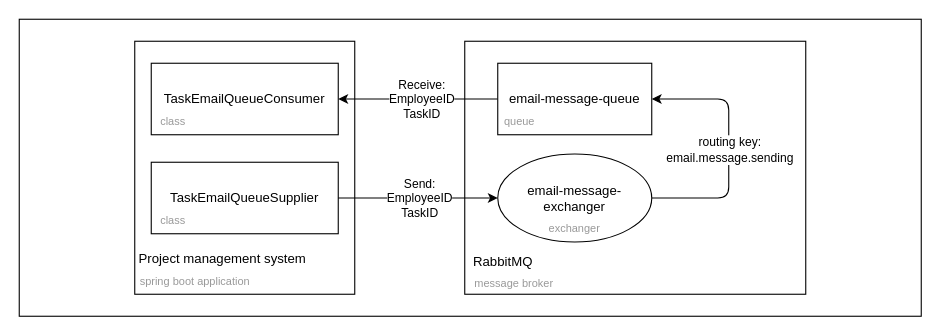
This is doc/arch/use-case/drawio/rabbitMQ.drawio from PavelNaymovets/project_management_system, a draw.io file, before an edit. Source tidied: cells renumbered, new cells numbered last; positions are measured from the earlier drawing's top-left corner, leaving out a move shared by most shapes. Both pictures are drawn from the tidied source at 110%, with x=0, y=0 at pixel (19, 19).
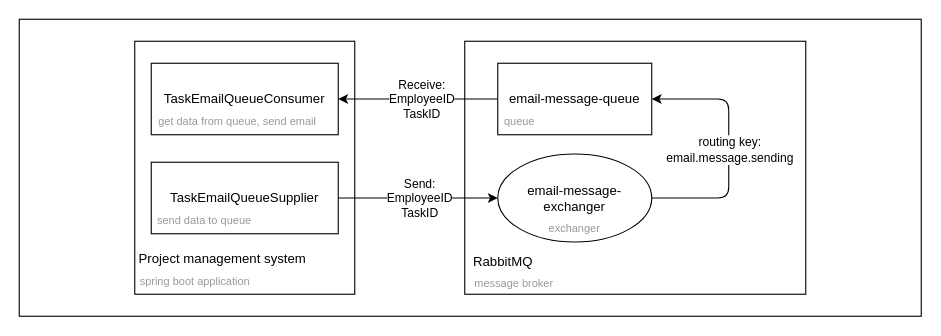
The same page after the edit.

What changed in the source:
```diff
@@
-    <mxCell id="12" value="&lt;font color=&quot;#999999&quot; style=&quot;font-size: 10px;&quot;&gt;class&lt;/font&gt;" style="text;html=1;strokeColor=none;fillColor=none;align=center;verticalAlign=middle;whiteSpace=wrap;rounded=0;" parent="1" vertex="1">
-      <mxGeometry x="120" y="170" width="40" height="25" as="geometry" />
+    <mxCell id="12" value="&lt;font color=&quot;#999999&quot; style=&quot;font-size: 10px;&quot;&gt;send data to queue&lt;/font&gt;" style="text;html=1;strokeColor=none;fillColor=none;align=center;verticalAlign=middle;whiteSpace=wrap;rounded=0;" parent="1" vertex="1">
+      <mxGeometry x="120" y="170" width="97" height="25" as="geometry" />
     </mxCell>
-    <mxCell id="13" value="&lt;font color=&quot;#999999&quot; style=&quot;font-size: 10px;&quot;&gt;class&lt;/font&gt;" style="text;html=1;strokeColor=none;fillColor=none;align=center;verticalAlign=middle;whiteSpace=wrap;rounded=0;" parent="1" vertex="1">
-      <mxGeometry x="120" y="80" width="40" height="25" as="geometry" />
+    <mxCell id="13" value="&lt;font color=&quot;#999999&quot; style=&quot;font-size: 10px;&quot;&gt;get data from queue, send email&lt;/font&gt;" style="text;html=1;strokeColor=none;fillColor=none;align=center;verticalAlign=middle;whiteSpace=wrap;rounded=0;" parent="1" vertex="1">
+      <mxGeometry x="120" y="80" width="157" height="25" as="geometry" />
     </mxCell>
```
